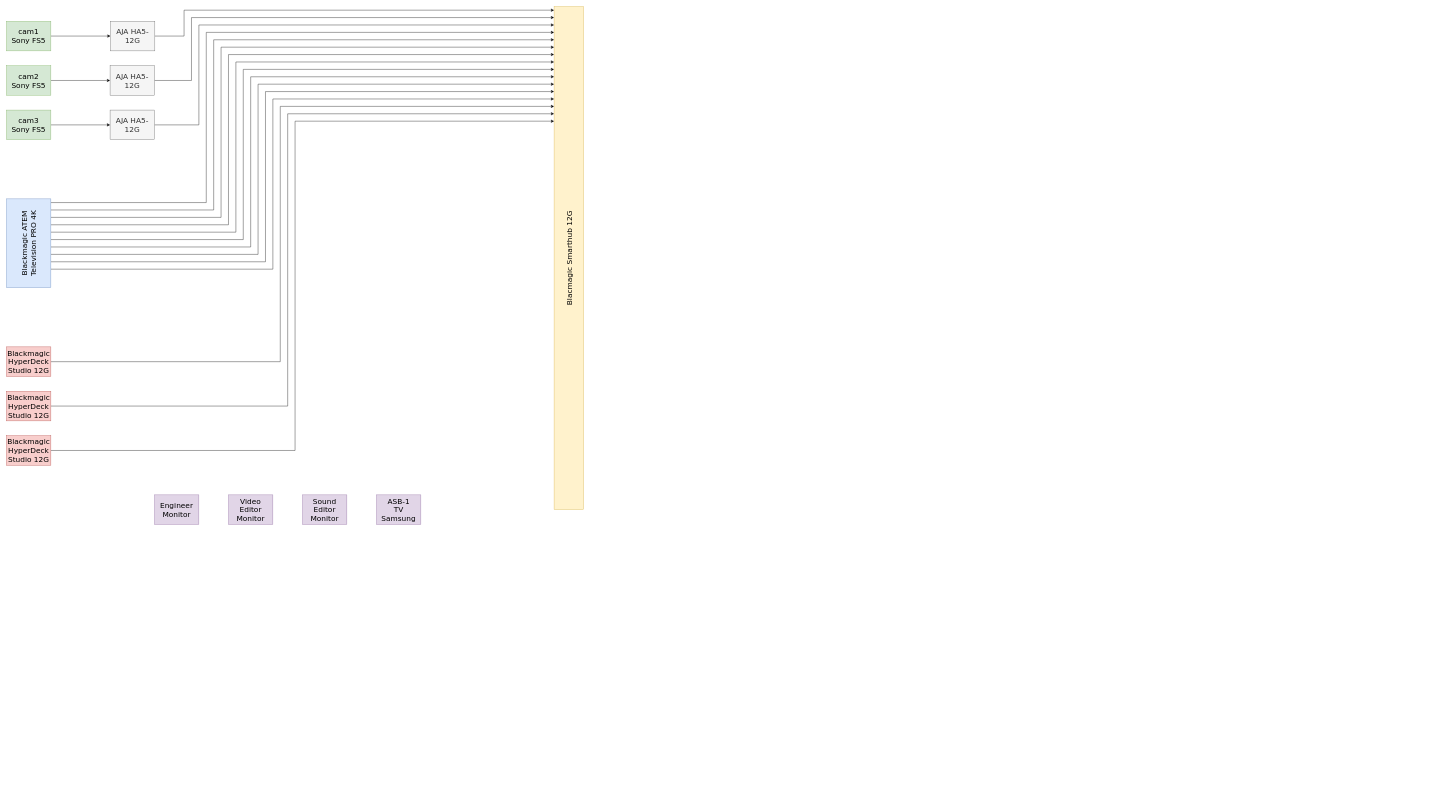
Before: ASB-1_Sheme.drawio in msslava/content_union, a draw.io diagram. Source tidied: cells renumbered, new cells numbered last; positions are measured from the earlier drawing's top-left corner, leaving out a move shared by most shapes. Both pictures are drawn from the tidied source at 37%, with x=0, y=0 at pixel (6, 6).
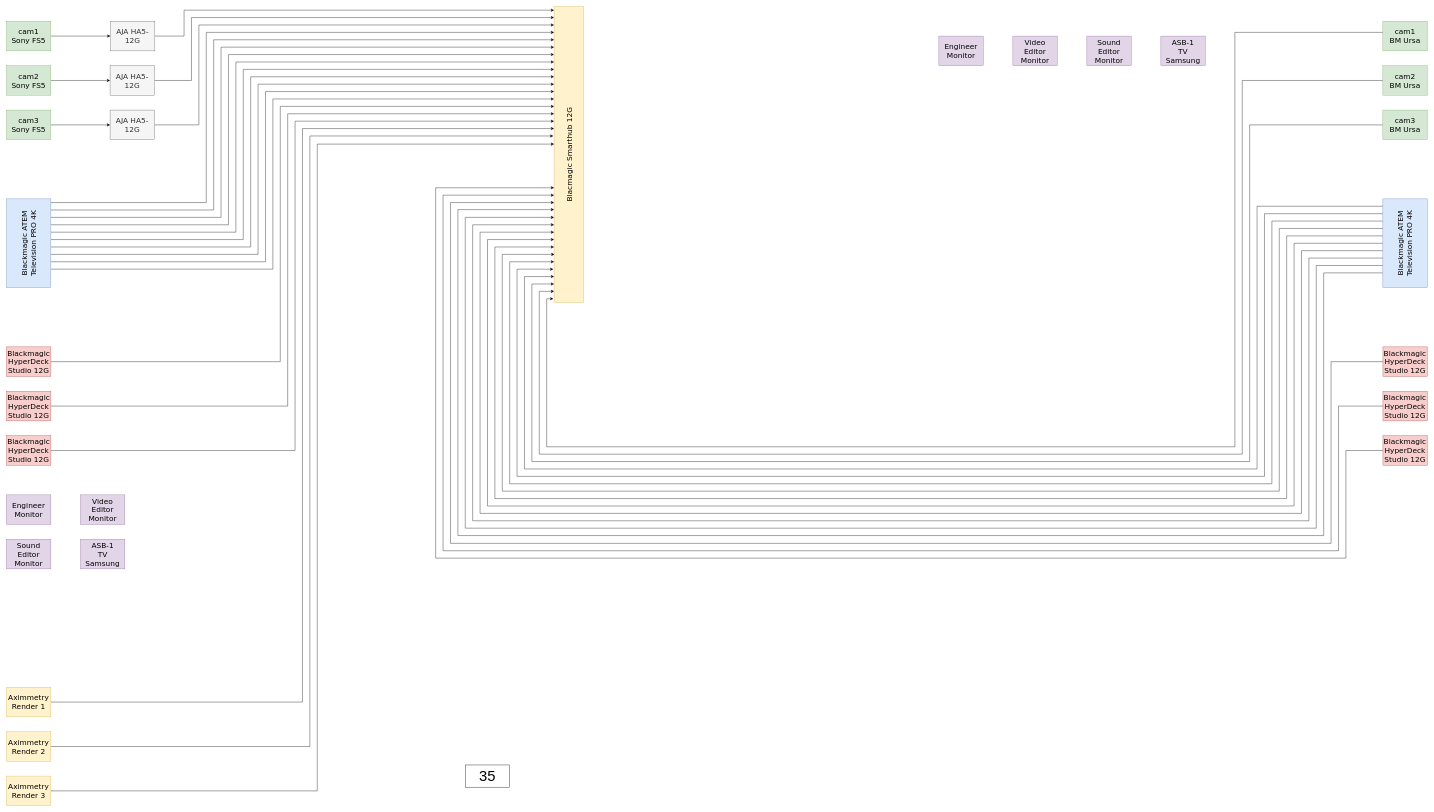
After the change.

Change to the diagram source:
```diff
@@
     <mxCell id="31" value="Engineer&lt;br&gt;Monitor&lt;br&gt;" style="rounded=0;whiteSpace=wrap;html=1;fontFamily=Verdana;fontSize=20;fillColor=#e1d5e7;strokeColor=#9673a6;" parent="1" vertex="1">
-      <mxGeometry x="400" y="1320" width="120" height="80" as="geometry" />
+      <mxGeometry y="1320" width="120" height="80" as="geometry" />
     </mxCell>
     <mxCell id="32" value="Video&lt;br&gt;Editor&lt;br&gt;Monitor&lt;br&gt;" style="rounded=0;whiteSpace=wrap;html=1;fontFamily=Verdana;fontSize=20;fillColor=#e1d5e7;strokeColor=#9673a6;" parent="1" vertex="1">
-      <mxGeometry x="600" y="1320" width="120" height="80" as="geometry" />
+      <mxGeometry x="200" y="1320" width="120" height="80" as="geometry" />
     </mxCell>
     <mxCell id="33" value="ASB-1 &lt;br&gt;TV&lt;br&gt;Samsung&lt;br&gt;" style="rounded=0;whiteSpace=wrap;html=1;fontFamily=Verdana;fontSize=20;fillColor=#e1d5e7;strokeColor=#9673a6;" parent="1" vertex="1">
-      <mxGeometry x="1000" y="1320" width="120" height="80" as="geometry" />
+      <mxGeometry x="200" y="1440" width="120" height="80" as="geometry" />
     </mxCell>
     <mxCell id="34" value="Sound&lt;br&gt;Editor&lt;br&gt;Monitor&lt;br&gt;" style="rounded=0;whiteSpace=wrap;html=1;fontFamily=Verdana;fontSize=20;fillColor=#e1d5e7;strokeColor=#9673a6;" parent="1" vertex="1">
-      <mxGeometry x="800" y="1320" width="120" height="80" as="geometry" />
+      <mxGeometry y="1440" width="120" height="80" as="geometry" />
     </mxCell>
     <mxCell id="35" value="Blacmagic Smarthub 12G" style="rounded=0;whiteSpace=wrap;html=1;fontFamily=Verdana;fontSize=20;horizontal=0;fillColor=#fff2cc;strokeColor=#d6b656;" parent="1" vertex="1">
-      <mxGeometry x="1480" width="80" height="1360" as="geometry" />
+      <mxGeometry x="1480" width="80" height="800" as="geometry" />
     </mxCell>
+    <mxCell id="36" style="edgeStyle=orthogonalEdgeStyle;rounded=0;jettySize=auto;html=1;" parent="1" edge="1" source="37">
+      <mxGeometry relative="1" as="geometry">
+        <mxPoint x="1478" y="790" as="targetPoint" />
+        <Array as="points">
+          <mxPoint x="3320" y="70" />
+          <mxPoint x="3320" y="1190" />
+          <mxPoint x="1460" y="1190" />
+          <mxPoint x="1460" y="790" />
+          <mxPoint x="1478" y="790" />
+        </Array>
+      </mxGeometry>
+    </mxCell>
+    <mxCell id="37" value="cam1&lt;br&gt;BM Ursa&lt;br&gt;" style="rounded=0;whiteSpace=wrap;html=1;fontFamily=Verdana;fontSize=20;fillColor=#d5e8d4;strokeColor=#82b366;" parent="1" vertex="1">
+      <mxGeometry x="3720" y="40" width="120" height="80" as="geometry" />
+    </mxCell>
+    <mxCell id="38" style="edgeStyle=orthogonalEdgeStyle;rounded=0;jettySize=auto;html=1;" parent="1" edge="1" source="39">
+      <mxGeometry relative="1" as="geometry">
+        <mxPoint x="1480" y="770" as="targetPoint" />
+        <Array as="points">
+          <mxPoint x="3340" y="200" />
+          <mxPoint x="3340" y="1210" />
+          <mxPoint x="1440" y="1210" />
+          <mxPoint x="1440" y="770" />
+          <mxPoint x="1480" y="770" />
+        </Array>
+      </mxGeometry>
+    </mxCell>
+    <mxCell id="39" value="cam2&lt;br&gt;BM Ursa&lt;br&gt;" style="rounded=0;whiteSpace=wrap;html=1;fontFamily=Verdana;fontSize=20;fillColor=#d5e8d4;strokeColor=#82b366;" parent="1" vertex="1">
+      <mxGeometry x="3720" y="160" width="120" height="80" as="geometry" />
+    </mxCell>
+    <mxCell id="40" style="edgeStyle=orthogonalEdgeStyle;rounded=0;jettySize=auto;html=1;" parent="1" edge="1" source="41" target="35">
+      <mxGeometry relative="1" as="geometry">
+        <Array as="points">
+          <mxPoint x="3360" y="320" />
+          <mxPoint x="3360" y="1230" />
+          <mxPoint x="1420" y="1230" />
+          <mxPoint x="1420" y="750" />
+        </Array>
+      </mxGeometry>
+    </mxCell>
+    <mxCell id="41" value="cam3&lt;br&gt;BM Ursa&lt;br&gt;" style="rounded=0;whiteSpace=wrap;html=1;fontFamily=Verdana;fontSize=20;fillColor=#d5e8d4;strokeColor=#82b366;" parent="1" vertex="1">
+      <mxGeometry x="3720" y="280" width="120" height="80" as="geometry" />
+    </mxCell>
+    <mxCell id="42" style="edgeStyle=orthogonalEdgeStyle;rounded=0;jettySize=auto;html=1;" parent="1" edge="1" source="52" target="35">
+      <mxGeometry relative="1" as="geometry">
+        <Array as="points">
+          <mxPoint x="3380" y="540" />
+          <mxPoint x="3380" y="1250" />
+          <mxPoint x="1400" y="1250" />
+          <mxPoint x="1400" y="730" />
+        </Array>
+      </mxGeometry>
+    </mxCell>
+    <mxCell id="43" style="edgeStyle=orthogonalEdgeStyle;rounded=0;jettySize=auto;html=1;" parent="1" edge="1" source="52">
+      <mxGeometry relative="1" as="geometry">
+        <mxPoint x="1478" y="710" as="targetPoint" />
+        <Array as="points">
+          <mxPoint x="3400" y="560" />
+          <mxPoint x="3400" y="1270" />
+          <mxPoint x="1380" y="1270" />
+          <mxPoint x="1380" y="710" />
+          <mxPoint x="1478" y="710" />
+        </Array>
+      </mxGeometry>
+    </mxCell>
+    <mxCell id="44" style="edgeStyle=orthogonalEdgeStyle;rounded=0;jettySize=auto;html=1;" parent="1" edge="1" source="52">
+      <mxGeometry relative="1" as="geometry">
+        <mxPoint x="1480" y="690" as="targetPoint" />
+        <Array as="points">
+          <mxPoint x="3420" y="580" />
+          <mxPoint x="3420" y="1290" />
+          <mxPoint x="1360" y="1290" />
+          <mxPoint x="1360" y="690" />
+          <mxPoint x="1480" y="690" />
+        </Array>
+      </mxGeometry>
+    </mxCell>
+    <mxCell id="45" style="edgeStyle=orthogonalEdgeStyle;rounded=0;jettySize=auto;html=1;" parent="1" edge="1" source="52">
+      <mxGeometry relative="1" as="geometry">
+        <mxPoint x="1481" y="670" as="targetPoint" />
+        <Array as="points">
+          <mxPoint x="3440" y="600" />
+          <mxPoint x="3440" y="1310" />
+          <mxPoint x="1340" y="1310" />
+          <mxPoint x="1340" y="670" />
+          <mxPoint x="1481" y="670" />
+        </Array>
+      </mxGeometry>
+    </mxCell>
+    <mxCell id="46" style="edgeStyle=orthogonalEdgeStyle;rounded=0;jettySize=auto;html=1;" parent="1" edge="1" source="52" target="35">
+      <mxGeometry relative="1" as="geometry">
+        <Array as="points">
+          <mxPoint x="3460" y="620" />
+          <mxPoint x="3460" y="1330" />
+          <mxPoint x="1320" y="1330" />
+          <mxPoint x="1320" y="650" />
+        </Array>
+      </mxGeometry>
+    </mxCell>
+    <mxCell id="47" style="edgeStyle=orthogonalEdgeStyle;rounded=0;jettySize=auto;html=1;" parent="1" edge="1" source="52">
+      <mxGeometry relative="1" as="geometry">
+        <mxPoint x="1480" y="630" as="targetPoint" />
+        <Array as="points">
+          <mxPoint x="3480" y="640" />
+          <mxPoint x="3480" y="1350" />
+          <mxPoint x="1300" y="1350" />
+          <mxPoint x="1300" y="630" />
+          <mxPoint x="1480" y="630" />
+        </Array>
+      </mxGeometry>
+    </mxCell>
+    <mxCell id="48" style="edgeStyle=orthogonalEdgeStyle;rounded=0;jettySize=auto;html=1;" parent="1" edge="1" source="52" target="35">
+      <mxGeometry relative="1" as="geometry">
+        <Array as="points">
+          <mxPoint x="3500" y="660" />
+          <mxPoint x="3500" y="1370" />
+          <mxPoint x="1280" y="1370" />
+          <mxPoint x="1280" y="610" />
+        </Array>
+      </mxGeometry>
+    </mxCell>
+    <mxCell id="49" style="edgeStyle=orthogonalEdgeStyle;rounded=0;jettySize=auto;html=1;" parent="1" edge="1" source="52">
+      <mxGeometry relative="1" as="geometry">
+        <mxPoint x="1480" y="590" as="targetPoint" />
+        <Array as="points">
+          <mxPoint x="3520" y="680" />
+          <mxPoint x="3520" y="1390" />
+          <mxPoint x="1260" y="1390" />
+          <mxPoint x="1260" y="590" />
+          <mxPoint x="1480" y="590" />
+        </Array>
+      </mxGeometry>
+    </mxCell>
+    <mxCell id="50" style="edgeStyle=orthogonalEdgeStyle;rounded=0;jettySize=auto;html=1;" parent="1" edge="1" source="52">
+      <mxGeometry relative="1" as="geometry">
+        <mxPoint x="1480" y="570" as="targetPoint" />
+        <Array as="points">
+          <mxPoint x="3540" y="700" />
+          <mxPoint x="3540" y="1410" />
+          <mxPoint x="1240" y="1410" />
+          <mxPoint x="1240" y="570" />
+          <mxPoint x="1480" y="570" />
+        </Array>
+      </mxGeometry>
+    </mxCell>
+    <mxCell id="51" style="edgeStyle=orthogonalEdgeStyle;rounded=0;jettySize=auto;html=1;" parent="1" edge="1" source="52">
+      <mxGeometry relative="1" as="geometry">
+        <mxPoint x="1480" y="549" as="targetPoint" />
+        <Array as="points">
+          <mxPoint x="3560" y="720" />
+          <mxPoint x="3560" y="1430" />
+          <mxPoint x="1220" y="1430" />
+          <mxPoint x="1220" y="549" />
+          <mxPoint x="1480" y="549" />
+        </Array>
+      </mxGeometry>
+    </mxCell>
+    <mxCell id="52" value="Blackmagic ATEM Television PRO 4K&lt;br&gt;" style="rounded=0;whiteSpace=wrap;html=1;fontFamily=Verdana;fontSize=20;fillColor=#dae8fc;strokeColor=#6c8ebf;flipV=1;flipH=1;horizontal=0;" parent="1" vertex="1">
+      <mxGeometry x="3720" y="520" width="120" height="240" as="geometry" />
+    </mxCell>
+    <mxCell id="53" style="edgeStyle=orthogonalEdgeStyle;rounded=0;jettySize=auto;html=1;" parent="1" edge="1" source="54">
+      <mxGeometry relative="1" as="geometry">
+        <mxPoint x="1480" y="530" as="targetPoint" />
+        <Array as="points">
+          <mxPoint x="3580" y="960" />
+          <mxPoint x="3580" y="1451" />
+          <mxPoint x="1200" y="1451" />
+          <mxPoint x="1200" y="530" />
+          <mxPoint x="1480" y="530" />
+        </Array>
+      </mxGeometry>
+    </mxCell>
+    <mxCell id="54" value="&lt;span&gt;Blackmagic HyperDeck Studio 12G&lt;/span&gt;&lt;br&gt;" style="rounded=0;whiteSpace=wrap;html=1;fontFamily=Verdana;fontSize=20;fillColor=#f8cecc;strokeColor=#b85450;" parent="1" vertex="1">
+      <mxGeometry x="3720.2" y="920" width="120" height="80" as="geometry" />
+    </mxCell>
+    <mxCell id="55" style="edgeStyle=orthogonalEdgeStyle;rounded=0;jettySize=auto;html=1;" parent="1" edge="1" source="56">
+      <mxGeometry relative="1" as="geometry">
+        <mxPoint x="1480" y="510" as="targetPoint" />
+        <Array as="points">
+          <mxPoint x="3600" y="1080" />
+          <mxPoint x="3600" y="1471" />
+          <mxPoint x="1180" y="1471" />
+          <mxPoint x="1180" y="510" />
+        </Array>
+      </mxGeometry>
+    </mxCell>
+    <mxCell id="56" value="&lt;span&gt;Blackmagic HyperDeck Studio 12G&lt;/span&gt;&lt;br&gt;" style="rounded=0;whiteSpace=wrap;html=1;fontFamily=Verdana;fontSize=20;fillColor=#f8cecc;strokeColor=#b85450;" parent="1" vertex="1">
+      <mxGeometry x="3720.2" y="1040" width="120" height="80" as="geometry" />
+    </mxCell>
+    <mxCell id="57" style="edgeStyle=orthogonalEdgeStyle;rounded=0;jettySize=auto;html=1;exitX=0;exitY=0.5;exitDx=0;exitDy=0;" parent="1" edge="1" source="58">
+      <mxGeometry relative="1" as="geometry">
+        <mxPoint x="1480" y="490" as="targetPoint" />
+        <Array as="points">
+          <mxPoint x="3620" y="1200" />
+          <mxPoint x="3620" y="1491" />
+          <mxPoint x="1160" y="1491" />
+          <mxPoint x="1160" y="490" />
+          <mxPoint x="1480" y="490" />
+        </Array>
+      </mxGeometry>
+    </mxCell>
+    <mxCell id="58" value="&lt;span&gt;Blackmagic HyperDeck Studio 12G&lt;/span&gt;&lt;br&gt;" style="rounded=0;whiteSpace=wrap;html=1;fontFamily=Verdana;fontSize=20;fillColor=#f8cecc;strokeColor=#b85450;" parent="1" vertex="1">
+      <mxGeometry x="3720.2" y="1160" width="120" height="80" as="geometry" />
+    </mxCell>
+    <mxCell id="59" value="35&lt;br style=&quot;font-size: 40px&quot;&gt;" style="rounded=0;whiteSpace=wrap;html=1;fontSize=40;" parent="1" vertex="1">
+      <mxGeometry x="1240" y="2050" width="120" height="60" as="geometry" />
+    </mxCell>
+    <mxCell id="60" value="Engineer&lt;br&gt;Monitor&lt;br&gt;" style="rounded=0;whiteSpace=wrap;html=1;fontFamily=Verdana;fontSize=20;fillColor=#e1d5e7;strokeColor=#9673a6;" parent="1" vertex="1">
+      <mxGeometry x="2520" y="80" width="120" height="80" as="geometry" />
+    </mxCell>
+    <mxCell id="61" value="Video&lt;br&gt;Editor&lt;br&gt;Monitor&lt;br&gt;" style="rounded=0;whiteSpace=wrap;html=1;fontFamily=Verdana;fontSize=20;fillColor=#e1d5e7;strokeColor=#9673a6;" parent="1" vertex="1">
+      <mxGeometry x="2720" y="80" width="120" height="80" as="geometry" />
+    </mxCell>
+    <mxCell id="62" value="ASB-1 &lt;br&gt;TV&lt;br&gt;Samsung&lt;br&gt;" style="rounded=0;whiteSpace=wrap;html=1;fontFamily=Verdana;fontSize=20;fillColor=#e1d5e7;strokeColor=#9673a6;" parent="1" vertex="1">
+      <mxGeometry x="3120" y="80" width="120" height="80" as="geometry" />
+    </mxCell>
+    <mxCell id="63" value="Sound&lt;br&gt;Editor&lt;br&gt;Monitor&lt;br&gt;" style="rounded=0;whiteSpace=wrap;html=1;fontFamily=Verdana;fontSize=20;fillColor=#e1d5e7;strokeColor=#9673a6;" parent="1" vertex="1">
+      <mxGeometry x="2920" y="80" width="120" height="80" as="geometry" />
+    </mxCell>
+    <mxCell id="64" style="edgeStyle=orthogonalEdgeStyle;rounded=0;jettySize=auto;html=1;fontSize=40;" parent="1" edge="1" source="65">
+      <mxGeometry relative="1" as="geometry">
+        <mxPoint x="1480" y="330" as="targetPoint" />
+        <Array as="points">
+          <mxPoint x="800" y="1880" />
+          <mxPoint x="800" y="330" />
+          <mxPoint x="1480" y="330" />
+        </Array>
+      </mxGeometry>
+    </mxCell>
+    <mxCell id="65" value="Aximmetry&lt;br&gt;Render 1&lt;br&gt;" style="rounded=0;whiteSpace=wrap;html=1;fontFamily=Verdana;fontSize=20;fillColor=#fff2cc;strokeColor=#d6b656;" parent="1" vertex="1">
+      <mxGeometry y="1840" width="120" height="80" as="geometry" />
+    </mxCell>
+    <mxCell id="66" style="edgeStyle=orthogonalEdgeStyle;rounded=0;jettySize=auto;html=1;fontSize=40;" parent="1" edge="1" source="67">
+      <mxGeometry relative="1" as="geometry">
+        <mxPoint x="1478" y="350" as="targetPoint" />
+        <Array as="points">
+          <mxPoint x="820" y="2000" />
+          <mxPoint x="820" y="350" />
+          <mxPoint x="1478" y="350" />
+        </Array>
+      </mxGeometry>
+    </mxCell>
+    <mxCell id="67" value="Aximmetry&lt;br&gt;Render 2&lt;br&gt;" style="rounded=0;whiteSpace=wrap;html=1;fontFamily=Verdana;fontSize=20;fillColor=#fff2cc;strokeColor=#d6b656;" parent="1" vertex="1">
+      <mxGeometry y="1960" width="120" height="80" as="geometry" />
+    </mxCell>
+    <mxCell id="68" style="edgeStyle=orthogonalEdgeStyle;rounded=0;jettySize=auto;html=1;fontSize=40;" parent="1" edge="1" source="69">
+      <mxGeometry relative="1" as="geometry">
+        <mxPoint x="1480" y="372" as="targetPoint" />
+        <Array as="points">
+          <mxPoint x="840" y="2120" />
+          <mxPoint x="840" y="372" />
+        </Array>
+      </mxGeometry>
+    </mxCell>
+    <mxCell id="69" value="Aximmetry&lt;br&gt;Render 3&lt;br&gt;" style="rounded=0;whiteSpace=wrap;html=1;fontFamily=Verdana;fontSize=20;fillColor=#fff2cc;strokeColor=#d6b656;" parent="1" vertex="1">
+      <mxGeometry y="2080" width="120" height="80" as="geometry" />
+    </mxCell>
```
